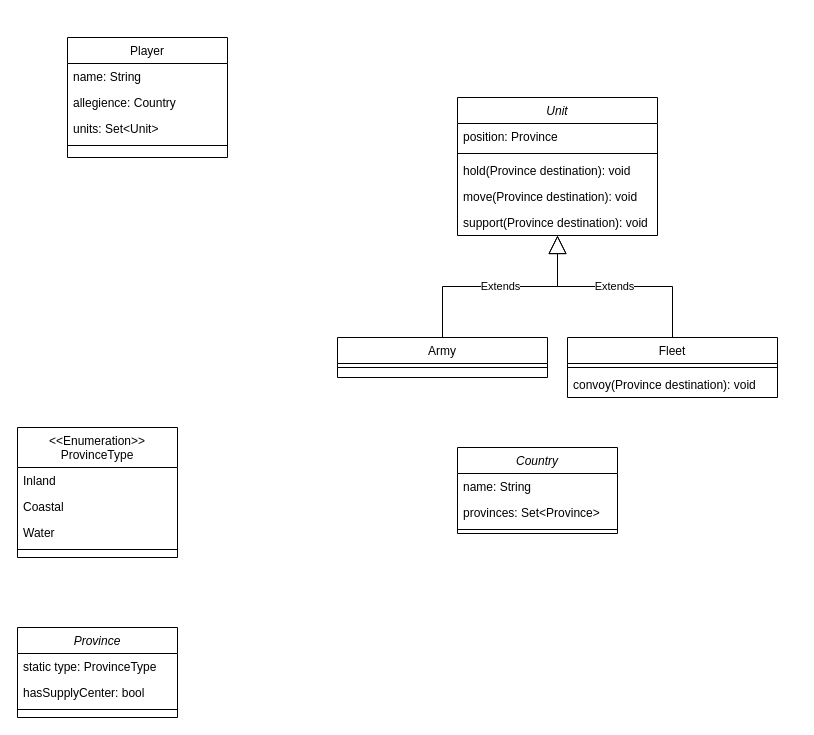
Above: docs/backend-uml.drawio in CPTR450-Diplomacy/backend (draw.io), before the change. Source tidied: cells renumbered, new cells numbered last; positions are measured from the earlier drawing's top-left corner, leaving out a move shared by most shapes. Both pictures are drawn from the tidied source at 100%, with x=0, y=0 at pixel (17, 37).
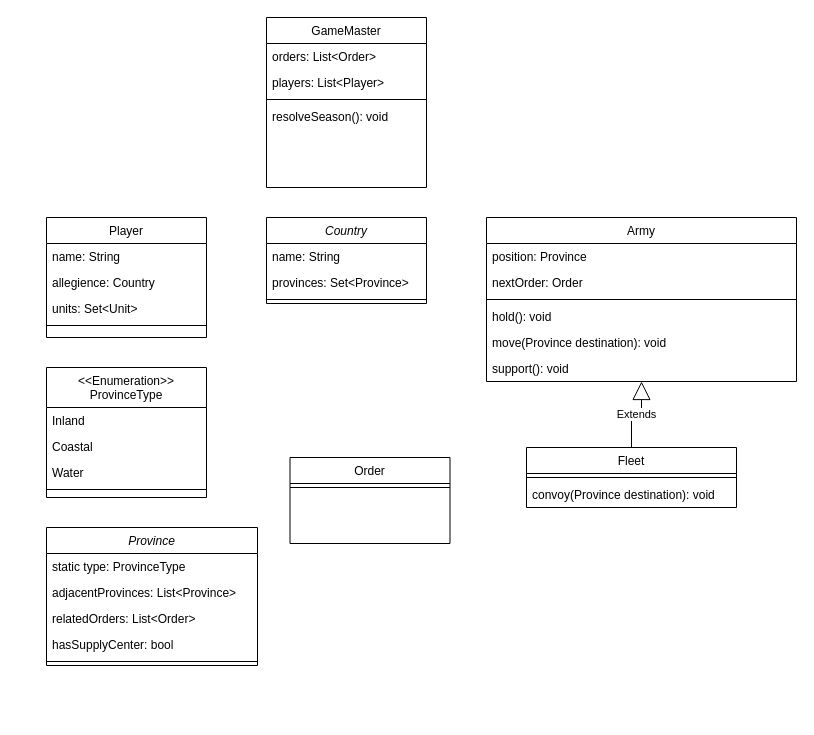
The same diagram, later.

Commit message (it also covers changes not shown here):
Additions to UML diagram plus readme.

Diff of the diagram source:
```diff
@@
     <mxCell id="2" value="Player" style="swimlane;fontStyle=0;align=center;verticalAlign=top;horizontal=1;startSize=26;rounded=0;shadow=0;strokeWidth=1;" parent="1" vertex="1">
-      <mxGeometry x="50" width="160" height="120" as="geometry" />
+      <mxGeometry x="29" y="180" width="160" height="120" as="geometry" />
     </mxCell>
@@
-    <mxCell id="7" value="Unit" style="swimlane;fontStyle=2;align=center;verticalAlign=top;horizontal=1;startSize=26;rounded=0;shadow=0;strokeWidth=1;" parent="1" vertex="1">
-      <mxGeometry x="440" y="60" width="200" height="138" as="geometry" />
+    <mxCell id="7" value="Army" style="swimlane;fontStyle=0;align=center;verticalAlign=top;horizontal=1;startSize=26;rounded=0;shadow=0;strokeWidth=1;" parent="1" vertex="1">
+      <mxGeometry x="469" y="180" width="310" height="164" as="geometry" />
     </mxCell>
+    <mxCell id="33" value="position: Province" style="text;align=left;verticalAlign=top;spacingLeft=4;spacingRight=4;overflow=hidden;" parent="7" vertex="1">
+      <mxGeometry y="26" width="310" height="26" as="geometry" />
+    </mxCell>
-    <mxCell id="8" value="position: Province" style="text;align=left;verticalAlign=top;spacingLeft=4;spacingRight=4;overflow=hidden;" parent="7" vertex="1">
-      <mxGeometry y="26" width="200" height="26" as="geometry" />
+    <mxCell id="8" value="nextOrder: Order" style="text;align=left;verticalAlign=top;spacingLeft=4;spacingRight=4;overflow=hidden;" parent="7" vertex="1">
+      <mxGeometry y="52" width="310" height="26" as="geometry" />
     </mxCell>
     <mxCell id="9" style="line;html=1;strokeWidth=1;align=left;verticalAlign=middle;spacingTop=-1;spacingLeft=3;spacingRight=3;labelPosition=right;" parent="7" vertex="1">
-      <mxGeometry y="52" width="200" height="8" as="geometry" />
+      <mxGeometry y="78" width="310" height="8" as="geometry" />
     </mxCell>
-    <mxCell id="10" value="hold(Province destination): void" style="text;align=left;verticalAlign=top;spacingLeft=4;spacingRight=4;overflow=hidden;" parent="7" vertex="1">
-      <mxGeometry y="60" width="200" height="26" as="geometry" />
+    <mxCell id="10" value="hold(): void" style="text;align=left;verticalAlign=top;spacingLeft=4;spacingRight=4;overflow=hidden;" parent="7" vertex="1">
+      <mxGeometry y="86" width="310" height="26" as="geometry" />
     </mxCell>
     <mxCell id="11" value="move(Province destination): void" style="text;align=left;verticalAlign=top;spacingLeft=4;spacingRight=4;overflow=hidden;" parent="7" vertex="1">
-      <mxGeometry y="86" width="200" height="26" as="geometry" />
+      <mxGeometry y="112" width="310" height="26" as="geometry" />
     </mxCell>
-    <mxCell id="12" value="support(Province destination): void" style="text;align=left;verticalAlign=top;spacingLeft=4;spacingRight=4;overflow=hidden;" parent="7" vertex="1">
-      <mxGeometry y="112" width="200" height="26" as="geometry" />
+    <mxCell id="12" value="support(): void" style="text;align=left;verticalAlign=top;spacingLeft=4;spacingRight=4;overflow=hidden;" parent="7" vertex="1">
+      <mxGeometry y="138" width="310" height="26" as="geometry" />
     </mxCell>
-    <mxCell id="13" value="Army" style="swimlane;fontStyle=0;align=center;verticalAlign=top;horizontal=1;startSize=26;rounded=0;shadow=0;strokeWidth=1;" parent="1" vertex="1">
-      <mxGeometry x="320" y="300" width="210" height="40" as="geometry" />
-    </mxCell>
-    <mxCell id="14" style="line;html=1;strokeWidth=1;align=left;verticalAlign=middle;spacingTop=-1;spacingLeft=3;spacingRight=3;labelPosition=right;" parent="13" vertex="1">
-      <mxGeometry y="26" width="210" height="8" as="geometry" />
-    </mxCell>
     <mxCell id="15" value="Fleet" style="swimlane;fontStyle=0;align=center;verticalAlign=top;horizontal=1;startSize=26;rounded=0;shadow=0;strokeWidth=1;" parent="1" vertex="1">
-      <mxGeometry x="550" y="300" width="210" height="60" as="geometry" />
+      <mxGeometry x="509" y="410" width="210" height="60" as="geometry" />
     </mxCell>
@@
-    <mxCell id="18" value="Extends" style="endArrow=block;endSize=16;endFill=0;html=1;rounded=0;edgeStyle=orthogonalEdgeStyle;" parent="1" edge="1" source="13" target="7">
-      <mxGeometry relative="1" as="geometry" />
-    </mxCell>
@@
     <mxCell id="20" value="Province" style="swimlane;fontStyle=2;align=center;verticalAlign=top;horizontal=1;startSize=26;rounded=0;shadow=0;strokeWidth=1;" parent="1" vertex="1">
-      <mxGeometry y="590" width="160" height="90" as="geometry" />
+      <mxGeometry x="29" y="490" width="211" height="138" as="geometry" />
     </mxCell>
     <mxCell id="21" value="static type: ProvinceType" style="text;align=left;verticalAlign=top;spacingLeft=4;spacingRight=4;overflow=hidden;" parent="20" vertex="1">
-      <mxGeometry y="26" width="160" height="26" as="geometry" />
+      <mxGeometry y="26" width="211" height="26" as="geometry" />
     </mxCell>
+    <mxCell id="34" value="adjacentProvinces: List&lt;Province&gt;" style="text;align=left;verticalAlign=top;spacingLeft=4;spacingRight=4;overflow=hidden;" parent="20" vertex="1">
+      <mxGeometry y="52" width="211" height="26" as="geometry" />
+    </mxCell>
+    <mxCell id="35" value="relatedOrders: List&lt;Order&gt;" style="text;align=left;verticalAlign=top;spacingLeft=4;spacingRight=4;overflow=hidden;" parent="20" vertex="1">
+      <mxGeometry y="78" width="211" height="26" as="geometry" />
+    </mxCell>
     <mxCell id="22" value="hasSupplyCenter: bool" style="text;align=left;verticalAlign=top;spacingLeft=4;spacingRight=4;overflow=hidden;" parent="20" vertex="1">
-      <mxGeometry y="52" width="160" height="26" as="geometry" />
+      <mxGeometry y="104" width="211" height="26" as="geometry" />
     </mxCell>
     <mxCell id="23" style="line;html=1;strokeWidth=1;align=left;verticalAlign=middle;spacingTop=-1;spacingLeft=3;spacingRight=3;labelPosition=right;" parent="20" vertex="1">
-      <mxGeometry y="78" width="160" height="8" as="geometry" />
+      <mxGeometry y="130" width="211" height="8" as="geometry" />
     </mxCell>
     <mxCell id="24" value="&lt;&lt;Enumeration&gt;&gt;&#10;ProvinceType" style="swimlane;fontStyle=0;align=center;verticalAlign=top;horizontal=1;startSize=40;rounded=0;shadow=0;strokeWidth=1;" parent="1" vertex="1">
-      <mxGeometry y="390" width="160" height="130" as="geometry" />
+      <mxGeometry x="29" y="330" width="160" height="130" as="geometry" />
     </mxCell>
@@
     <mxCell id="29" value="Country" style="swimlane;fontStyle=2;align=center;verticalAlign=top;horizontal=1;startSize=26;rounded=0;shadow=0;strokeWidth=1;" parent="1" vertex="1">
-      <mxGeometry x="440" y="410" width="160" height="86" as="geometry" />
+      <mxGeometry x="249" y="180" width="160" height="86" as="geometry" />
     </mxCell>
@@
+    <mxCell id="36" value="Order" style="swimlane;fontStyle=0;align=center;verticalAlign=top;horizontal=1;startSize=26;rounded=0;shadow=0;strokeWidth=1;" parent="1" vertex="1">
+      <mxGeometry x="272.5" y="420" width="160" height="86" as="geometry" />
+    </mxCell>
+    <mxCell id="37" style="line;html=1;strokeWidth=1;align=left;verticalAlign=middle;spacingTop=-1;spacingLeft=3;spacingRight=3;labelPosition=right;" parent="36" vertex="1">
+      <mxGeometry y="26" width="160" height="8" as="geometry" />
+    </mxCell>
+    <mxCell id="38" value="GameMaster" style="swimlane;fontStyle=0;align=center;verticalAlign=top;horizontal=1;startSize=26;rounded=0;shadow=0;strokeWidth=1;" parent="1" vertex="1">
+      <mxGeometry x="249" y="-20" width="160" height="170" as="geometry" />
+    </mxCell>
+    <mxCell id="39" value="orders: List&lt;Order&gt;" style="text;align=left;verticalAlign=top;spacingLeft=4;spacingRight=4;overflow=hidden;" parent="38" vertex="1">
+      <mxGeometry y="26" width="160" height="26" as="geometry" />
+    </mxCell>
+    <mxCell id="40" value="players: List&lt;Player&gt;" style="text;align=left;verticalAlign=top;spacingLeft=4;spacingRight=4;overflow=hidden;" parent="38" vertex="1">
+      <mxGeometry y="52" width="160" height="26" as="geometry" />
+    </mxCell>
+    <mxCell id="41" style="line;html=1;strokeWidth=1;align=left;verticalAlign=middle;spacingTop=-1;spacingLeft=3;spacingRight=3;labelPosition=right;" parent="38" vertex="1">
+      <mxGeometry y="78" width="160" height="8" as="geometry" />
+    </mxCell>
+    <mxCell id="42" value="resolveSeason(): void" style="text;align=left;verticalAlign=top;spacingLeft=4;spacingRight=4;overflow=hidden;" parent="38" vertex="1">
+      <mxGeometry y="86" width="160" height="26" as="geometry" />
+    </mxCell>
```
